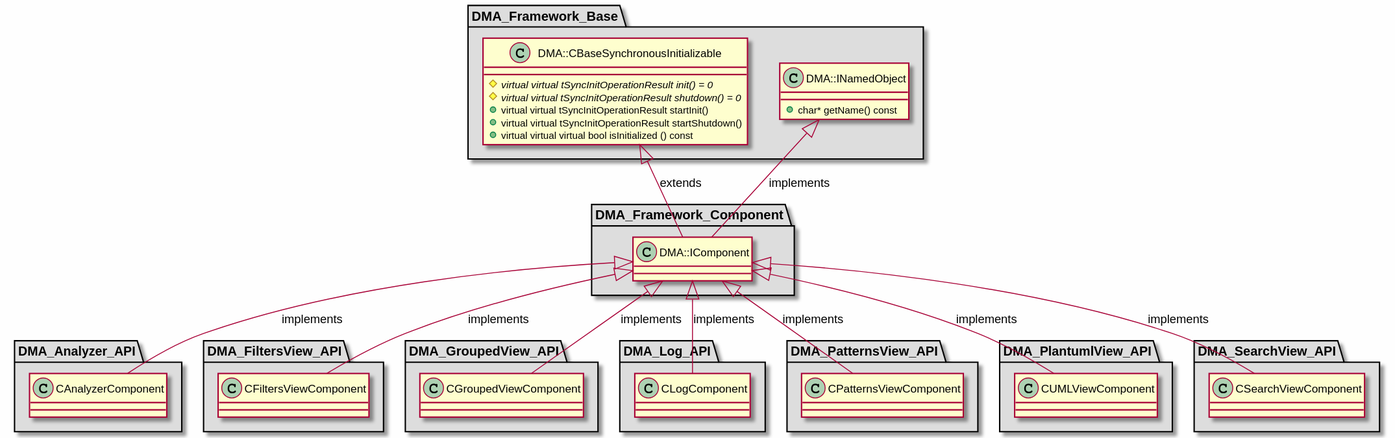
The PlantUML diagram md/dev_docs/puml/DMA_Framework_Component.svg in svlad-90/DLT-Message-Analyzer, before a commit.
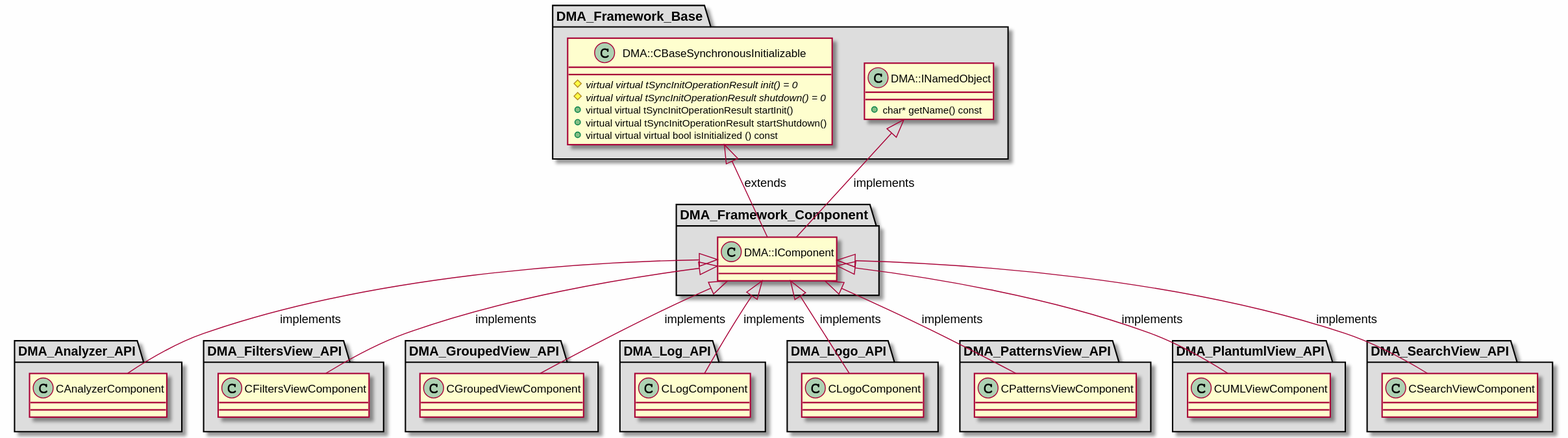
The same file after the commit.

Diff of the diagram source:
```diff
@@ -66,6 +66,15 @@
 
 }
 
+package "DMA_Logo_API" #DDDDDD
+{
+
+class "CLogoComponent"
+{
+}
+
+}
+
 package "DMA_PatternsView_API" #DDDDDD
 {
 
@@ -99,6 +108,7 @@
 DMA::INamedObject <|-- DMA::IComponent : implements
 DMA::IComponent <|-- CGroupedViewComponent : implements
 DMA::IComponent <|-- CLogComponent : implements
+DMA::IComponent <|-- CLogoComponent : implements
 DMA::IComponent <|-- CPatternsViewComponent : implements
 DMA::IComponent <|-- CUMLViewComponent : implements
 DMA::IComponent <|-- CSearchViewComponent : implements
```
